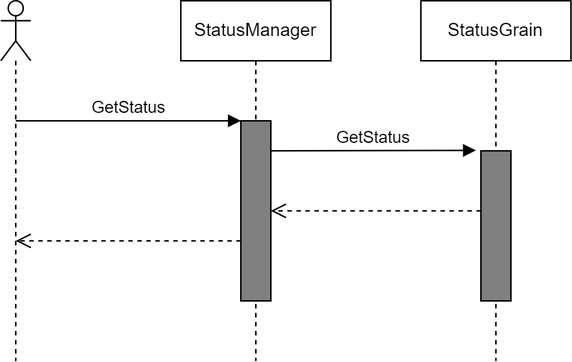
This is Drawings/Sequences/00-GetStatus.drawio.png from Djohnnie/CSharpWars-Orleans, a draw.io export, as it was before one commit. Source tidied: cells renumbered, new cells last; positions are measured from the earlier drawing's top-left corner, leaving out a move shared by most shapes.
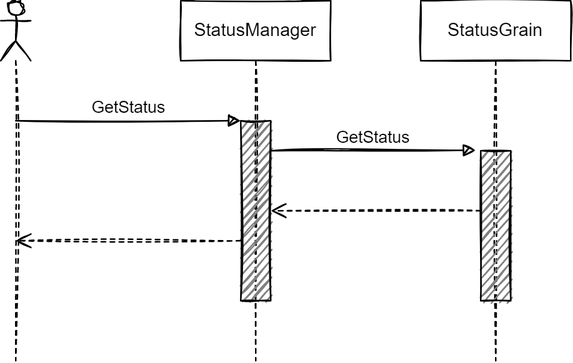
Above is the later version.

Change to the diagram source:
```diff
@@ -2,39 +2,39 @@
   <root>
     <mxCell id="0" />
     <mxCell id="1" parent="0" />
-    <mxCell id="2" value="StatusManager" style="shape=umlLifeline;perimeter=lifelinePerimeter;whiteSpace=wrap;html=1;" parent="1" vertex="1">
+    <mxCell id="2" value="StatusManager" style="shape=umlLifeline;perimeter=lifelinePerimeter;whiteSpace=wrap;html=1;sketch=1;" parent="1" vertex="1">
       <mxGeometry x="120" width="100" height="240" as="geometry" />
     </mxCell>
-    <mxCell id="3" style="html=1;perimeter=orthogonalPerimeter;fillColor=#808080;" parent="2" vertex="1">
+    <mxCell id="3" style="html=1;perimeter=orthogonalPerimeter;fillColor=#808080;sketch=1;" parent="2" vertex="1">
       <mxGeometry x="40" y="80" width="20" height="120" as="geometry" />
     </mxCell>
-    <mxCell id="4" value="StatusGrain" style="shape=umlLifeline;perimeter=lifelinePerimeter;whiteSpace=wrap;html=1;" parent="1" vertex="1">
+    <mxCell id="4" value="StatusGrain" style="shape=umlLifeline;perimeter=lifelinePerimeter;whiteSpace=wrap;html=1;sketch=1;" parent="1" vertex="1">
       <mxGeometry x="280" width="100" height="240" as="geometry" />
     </mxCell>
-    <mxCell id="5" style="html=1;points=[];perimeter=orthogonalPerimeter;fillColor=#808080;" parent="4" vertex="1">
+    <mxCell id="5" style="html=1;points=[];perimeter=orthogonalPerimeter;fillColor=#808080;sketch=1;" parent="4" vertex="1">
       <mxGeometry x="40" y="100" width="20" height="100" as="geometry" />
     </mxCell>
-    <mxCell id="6" style="html=1;verticalAlign=bottom;endArrow=open;dashed=1;endSize=8;" parent="4" edge="1">
+    <mxCell id="6" style="html=1;verticalAlign=bottom;endArrow=open;dashed=1;endSize=8;sketch=1;" parent="4" edge="1">
       <mxGeometry relative="1" as="geometry">
         <mxPoint x="40" y="140" as="sourcePoint" />
         <mxPoint x="-100" y="140" as="targetPoint" />
       </mxGeometry>
     </mxCell>
-    <mxCell id="7" style="shape=umlLifeline;participant=umlActor;perimeter=lifelinePerimeter;whiteSpace=wrap;html=1;verticalAlign=top;spacingTop=36;" parent="1" vertex="1">
+    <mxCell id="7" style="shape=umlLifeline;participant=umlActor;perimeter=lifelinePerimeter;whiteSpace=wrap;html=1;verticalAlign=top;spacingTop=36;sketch=1;" parent="1" vertex="1">
       <mxGeometry width="20" height="240" as="geometry" />
     </mxCell>
-    <mxCell id="8" value="GetStatus" style="html=1;verticalAlign=bottom;endArrow=block;" parent="1" edge="1">
+    <mxCell id="8" value="GetStatus" style="html=1;verticalAlign=bottom;endArrow=block;sketch=1;" parent="1" edge="1">
       <mxGeometry relative="1" as="geometry">
         <mxPoint x="10" y="80" as="sourcePoint" />
         <mxPoint x="160" y="80" as="targetPoint" />
       </mxGeometry>
     </mxCell>
-    <mxCell id="9" value="GetStatus" style="html=1;verticalAlign=bottom;endArrow=block;entryX=-0.167;entryY=-0.003;entryDx=0;entryDy=0;entryPerimeter=0;" parent="1" edge="1" target="5">
+    <mxCell id="9" value="GetStatus" style="html=1;verticalAlign=bottom;endArrow=block;entryX=-0.167;entryY=-0.003;entryDx=0;entryDy=0;entryPerimeter=0;sketch=1;" parent="1" edge="1" target="5">
       <mxGeometry relative="1" as="geometry">
         <mxPoint x="180" y="100" as="sourcePoint" />
       </mxGeometry>
     </mxCell>
-    <mxCell id="10" style="html=1;verticalAlign=bottom;endArrow=open;dashed=1;endSize=8;" parent="1" edge="1">
+    <mxCell id="10" style="html=1;verticalAlign=bottom;endArrow=open;dashed=1;endSize=8;sketch=1;" parent="1" edge="1">
       <mxGeometry relative="1" as="geometry">
         <mxPoint x="160" y="160" as="sourcePoint" />
         <mxPoint x="10" y="160" as="targetPoint" />
```
